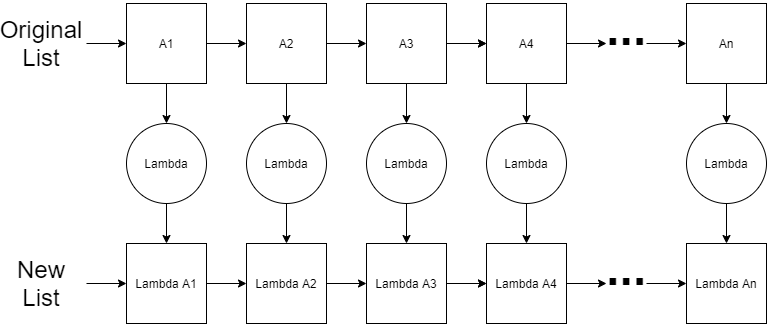
Earlier version of the draw.io export docs/images/map.drawio.png (macbeth-byui/cse382-course). Source tidied: cells renumbered, new cells last; positions are measured from the earlier drawing's top-left corner, leaving out a move shared by most shapes. Source of this version:
```xml
<mxGraphModel>
  <root>
    <mxCell id="0" />
    <mxCell id="1" parent="0" />
    <mxCell id="2" style="edgeStyle=orthogonalEdgeStyle;rounded=0;jettySize=auto;html=1;exitX=0;exitY=0.5;exitDx=0;exitDy=0;startArrow=classic;startFill=1;endArrow=none;endFill=0;" parent="1" edge="1" source="4">
      <mxGeometry relative="1" as="geometry">
        <mxPoint x="75" y="40" as="targetPoint" />
      </mxGeometry>
    </mxCell>
    <mxCell id="3" style="edgeStyle=orthogonalEdgeStyle;rounded=0;jettySize=auto;html=1;exitX=0.5;exitY=1;exitDx=0;exitDy=0;entryX=0.5;entryY=0;entryDx=0;entryDy=0;startArrow=none;startFill=0;endArrow=classic;endFill=1;" parent="1" edge="1" source="4" target="21">
      <mxGeometry relative="1" as="geometry" />
    </mxCell>
    <mxCell id="4" value="A1" style="whiteSpace=wrap;html=1;" parent="1" vertex="1">
      <mxGeometry x="115" width="80" height="80" as="geometry" />
    </mxCell>
    <mxCell id="5" style="edgeStyle=orthogonalEdgeStyle;rounded=0;jettySize=auto;html=1;exitX=0;exitY=0.5;exitDx=0;exitDy=0;entryX=1;entryY=0.5;entryDx=0;entryDy=0;startArrow=classic;startFill=1;endArrow=none;endFill=0;" parent="1" edge="1" source="7" target="4">
      <mxGeometry relative="1" as="geometry" />
    </mxCell>
    <mxCell id="6" style="edgeStyle=orthogonalEdgeStyle;rounded=0;jettySize=auto;html=1;startArrow=none;startFill=0;endArrow=classic;endFill=1;" parent="1" edge="1" source="7" target="23">
      <mxGeometry relative="1" as="geometry" />
    </mxCell>
    <mxCell id="7" value="A2" style="whiteSpace=wrap;html=1;" parent="1" vertex="1">
      <mxGeometry x="235" width="80" height="80" as="geometry" />
    </mxCell>
    <mxCell id="8" style="edgeStyle=orthogonalEdgeStyle;rounded=0;jettySize=auto;html=1;exitX=0;exitY=0.5;exitDx=0;exitDy=0;entryX=1;entryY=0.5;entryDx=0;entryDy=0;startArrow=classic;startFill=1;endArrow=none;endFill=0;" parent="1" edge="1" source="11" target="7">
      <mxGeometry relative="1" as="geometry" />
    </mxCell>
    <mxCell id="9" style="edgeStyle=orthogonalEdgeStyle;rounded=0;jettySize=auto;html=1;startArrow=none;startFill=0;endArrow=classic;endFill=1;" parent="1" edge="1" source="11" target="25">
      <mxGeometry relative="1" as="geometry" />
    </mxCell>
    <mxCell id="10" style="edgeStyle=orthogonalEdgeStyle;rounded=0;jettySize=auto;html=1;startArrow=none;startFill=0;endArrow=classic;endFill=1;" parent="1" edge="1" source="11" target="15">
      <mxGeometry relative="1" as="geometry" />
    </mxCell>
    <mxCell id="11" value="A3" style="whiteSpace=wrap;html=1;" parent="1" vertex="1">
      <mxGeometry x="355" width="80" height="80" as="geometry" />
    </mxCell>
    <mxCell id="12" style="edgeStyle=orthogonalEdgeStyle;rounded=0;jettySize=auto;html=1;exitX=0;exitY=0.5;exitDx=0;exitDy=0;startArrow=classic;startFill=1;endArrow=none;endFill=0;" parent="1" edge="1" source="15">
      <mxGeometry relative="1" as="geometry">
        <mxPoint x="445" y="40" as="targetPoint" />
      </mxGeometry>
    </mxCell>
    <mxCell id="13" style="edgeStyle=orthogonalEdgeStyle;rounded=0;jettySize=auto;html=1;exitX=1;exitY=0.5;exitDx=0;exitDy=0;startArrow=none;startFill=0;endArrow=classic;endFill=1;" parent="1" edge="1" source="15">
      <mxGeometry relative="1" as="geometry">
        <mxPoint x="595" y="40" as="targetPoint" />
      </mxGeometry>
    </mxCell>
    <mxCell id="14" style="edgeStyle=orthogonalEdgeStyle;rounded=0;jettySize=auto;html=1;startArrow=none;startFill=0;endArrow=classic;endFill=1;" parent="1" edge="1" source="15" target="27">
      <mxGeometry relative="1" as="geometry" />
    </mxCell>
    <mxCell id="15" value="A4" style="whiteSpace=wrap;html=1;" parent="1" vertex="1">
      <mxGeometry x="475" width="80" height="80" as="geometry" />
    </mxCell>
    <mxCell id="16" style="edgeStyle=orthogonalEdgeStyle;rounded=0;jettySize=auto;html=1;exitX=0;exitY=0.5;exitDx=0;exitDy=0;startArrow=classic;startFill=1;endArrow=none;endFill=0;" parent="1" edge="1" source="18">
      <mxGeometry relative="1" as="geometry">
        <mxPoint x="635" y="40" as="targetPoint" />
      </mxGeometry>
    </mxCell>
    <mxCell id="17" style="edgeStyle=orthogonalEdgeStyle;rounded=0;jettySize=auto;html=1;startArrow=none;startFill=0;endArrow=classic;endFill=1;" parent="1" edge="1" source="18" target="29">
      <mxGeometry relative="1" as="geometry" />
    </mxCell>
    <mxCell id="18" value="An" style="whiteSpace=wrap;html=1;" parent="1" vertex="1">
      <mxGeometry x="675" width="80" height="80" as="geometry" />
    </mxCell>
    <mxCell id="19" value="&lt;b&gt;&lt;font style=&quot;font-size: 48px&quot;&gt;...&lt;/font&gt;&lt;/b&gt;" style="text;html=1;strokeColor=none;fillColor=none;align=center;verticalAlign=middle;whiteSpace=wrap;rounded=0;" parent="1" vertex="1">
      <mxGeometry x="585" y="10" width="60" height="30" as="geometry" />
    </mxCell>
    <mxCell id="20" style="edgeStyle=orthogonalEdgeStyle;rounded=0;jettySize=auto;html=1;" parent="1" edge="1" source="21" target="32">
      <mxGeometry relative="1" as="geometry" />
    </mxCell>
    <mxCell id="21" value="Lambda" style="ellipse;whiteSpace=wrap;html=1;" parent="1" vertex="1">
      <mxGeometry x="115" y="120" width="80" height="80" as="geometry" />
    </mxCell>
    <mxCell id="22" style="edgeStyle=orthogonalEdgeStyle;rounded=0;jettySize=auto;html=1;" parent="1" edge="1" source="23" target="34">
      <mxGeometry relative="1" as="geometry" />
    </mxCell>
    <mxCell id="23" value="Lambda" style="ellipse;whiteSpace=wrap;html=1;" parent="1" vertex="1">
      <mxGeometry x="235" y="120" width="80" height="80" as="geometry" />
    </mxCell>
    <mxCell id="24" style="edgeStyle=orthogonalEdgeStyle;rounded=0;jettySize=auto;html=1;" parent="1" edge="1" source="25" target="37">
      <mxGeometry relative="1" as="geometry" />
    </mxCell>
    <mxCell id="25" value="Lambda" style="ellipse;whiteSpace=wrap;html=1;" parent="1" vertex="1">
      <mxGeometry x="355" y="120" width="80" height="80" as="geometry" />
    </mxCell>
    <mxCell id="26" style="edgeStyle=orthogonalEdgeStyle;rounded=0;jettySize=auto;html=1;" parent="1" edge="1" source="27" target="40">
      <mxGeometry relative="1" as="geometry" />
    </mxCell>
    <mxCell id="27" value="Lambda" style="ellipse;whiteSpace=wrap;html=1;" parent="1" vertex="1">
      <mxGeometry x="475" y="120" width="80" height="80" as="geometry" />
    </mxCell>
    <mxCell id="28" style="edgeStyle=orthogonalEdgeStyle;rounded=0;jettySize=auto;html=1;" parent="1" edge="1" source="29" target="42">
      <mxGeometry relative="1" as="geometry" />
    </mxCell>
    <mxCell id="29" value="Lambda" style="ellipse;whiteSpace=wrap;html=1;" parent="1" vertex="1">
      <mxGeometry x="675" y="120" width="80" height="80" as="geometry" />
    </mxCell>
    <mxCell id="30" value="&lt;font style=&quot;font-size: 24px&quot;&gt;Original&lt;br&gt;List&lt;br&gt;&lt;/font&gt;" style="text;html=1;strokeColor=none;fillColor=none;align=center;verticalAlign=middle;whiteSpace=wrap;rounded=0;" parent="1" vertex="1">
      <mxGeometry y="25" width="60" height="30" as="geometry" />
    </mxCell>
    <mxCell id="31" style="edgeStyle=orthogonalEdgeStyle;rounded=0;jettySize=auto;html=1;exitX=0;exitY=0.5;exitDx=0;exitDy=0;startArrow=classic;startFill=1;endArrow=none;endFill=0;" parent="1" edge="1" source="32">
      <mxGeometry relative="1" as="geometry">
        <mxPoint x="75" y="280" as="targetPoint" />
      </mxGeometry>
    </mxCell>
    <mxCell id="32" value="Lambda A1" style="whiteSpace=wrap;html=1;" parent="1" vertex="1">
      <mxGeometry x="115" y="240" width="80" height="80" as="geometry" />
    </mxCell>
    <mxCell id="33" style="edgeStyle=orthogonalEdgeStyle;rounded=0;jettySize=auto;html=1;exitX=0;exitY=0.5;exitDx=0;exitDy=0;entryX=1;entryY=0.5;entryDx=0;entryDy=0;startArrow=classic;startFill=1;endArrow=none;endFill=0;" parent="1" edge="1" source="34" target="32">
      <mxGeometry relative="1" as="geometry" />
    </mxCell>
    <mxCell id="34" value="&lt;span&gt;Lambda A2&lt;/span&gt;" style="whiteSpace=wrap;html=1;" parent="1" vertex="1">
      <mxGeometry x="235" y="240" width="80" height="80" as="geometry" />
    </mxCell>
    <mxCell id="35" style="edgeStyle=orthogonalEdgeStyle;rounded=0;jettySize=auto;html=1;exitX=0;exitY=0.5;exitDx=0;exitDy=0;entryX=1;entryY=0.5;entryDx=0;entryDy=0;startArrow=classic;startFill=1;endArrow=none;endFill=0;" parent="1" edge="1" source="37" target="34">
      <mxGeometry relative="1" as="geometry" />
    </mxCell>
    <mxCell id="36" style="edgeStyle=orthogonalEdgeStyle;rounded=0;jettySize=auto;html=1;startArrow=none;startFill=0;endArrow=classic;endFill=1;" parent="1" edge="1" source="37" target="40">
      <mxGeometry relative="1" as="geometry" />
    </mxCell>
    <mxCell id="37" value="&lt;span&gt;Lambda A3&lt;/span&gt;" style="whiteSpace=wrap;html=1;" parent="1" vertex="1">
      <mxGeometry x="355" y="240" width="80" height="80" as="geometry" />
    </mxCell>
    <mxCell id="38" style="edgeStyle=orthogonalEdgeStyle;rounded=0;jettySize=auto;html=1;exitX=0;exitY=0.5;exitDx=0;exitDy=0;startArrow=classic;startFill=1;endArrow=none;endFill=0;" parent="1" edge="1" source="40">
      <mxGeometry relative="1" as="geometry">
        <mxPoint x="445" y="280" as="targetPoint" />
      </mxGeometry>
    </mxCell>
    <mxCell id="39" style="edgeStyle=orthogonalEdgeStyle;rounded=0;jettySize=auto;html=1;exitX=1;exitY=0.5;exitDx=0;exitDy=0;startArrow=none;startFill=0;endArrow=classic;endFill=1;" parent="1" edge="1" source="40">
      <mxGeometry relative="1" as="geometry">
        <mxPoint x="595" y="280" as="targetPoint" />
      </mxGeometry>
    </mxCell>
    <mxCell id="40" value="&lt;span&gt;Lambda A4&lt;/span&gt;" style="whiteSpace=wrap;html=1;" parent="1" vertex="1">
      <mxGeometry x="475" y="240" width="80" height="80" as="geometry" />
    </mxCell>
    <mxCell id="41" style="edgeStyle=orthogonalEdgeStyle;rounded=0;jettySize=auto;html=1;exitX=0;exitY=0.5;exitDx=0;exitDy=0;startArrow=classic;startFill=1;endArrow=none;endFill=0;" parent="1" edge="1" source="42">
      <mxGeometry relative="1" as="geometry">
        <mxPoint x="635" y="280" as="targetPoint" />
      </mxGeometry>
    </mxCell>
    <mxCell id="42" value="&lt;span&gt;Lambda An&lt;/span&gt;" style="whiteSpace=wrap;html=1;" parent="1" vertex="1">
      <mxGeometry x="675" y="240" width="80" height="80" as="geometry" />
    </mxCell>
    <mxCell id="43" value="&lt;b&gt;&lt;font style=&quot;font-size: 48px&quot;&gt;...&lt;/font&gt;&lt;/b&gt;" style="text;html=1;strokeColor=none;fillColor=none;align=center;verticalAlign=middle;whiteSpace=wrap;rounded=0;" parent="1" vertex="1">
      <mxGeometry x="585" y="250" width="60" height="30" as="geometry" />
    </mxCell>
    <mxCell id="44" value="&lt;font style=&quot;font-size: 24px&quot;&gt;New&lt;br&gt;List&lt;br&gt;&lt;/font&gt;" style="text;html=1;strokeColor=none;fillColor=none;align=center;verticalAlign=middle;whiteSpace=wrap;rounded=0;" parent="1" vertex="1">
      <mxGeometry y="265" width="60" height="30" as="geometry" />
    </mxCell>
  </root>
</mxGraphModel>
```
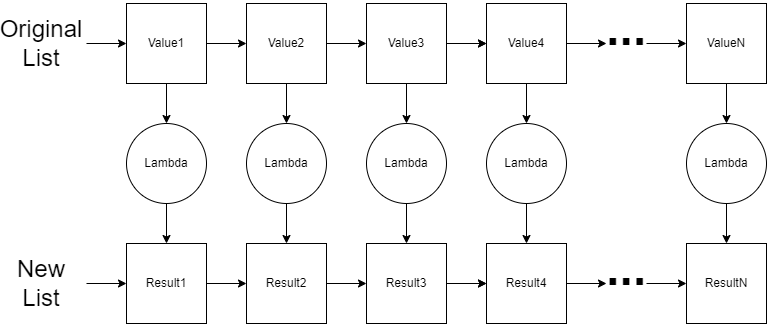
The same file after the commit.

Diff of the diagram source:
```diff
@@ -10,7 +10,7 @@
     <mxCell id="3" style="edgeStyle=orthogonalEdgeStyle;rounded=0;jettySize=auto;html=1;exitX=0.5;exitY=1;exitDx=0;exitDy=0;entryX=0.5;entryY=0;entryDx=0;entryDy=0;startArrow=none;startFill=0;endArrow=classic;endFill=1;" parent="1" edge="1" source="4" target="21">
       <mxGeometry relative="1" as="geometry" />
     </mxCell>
-    <mxCell id="4" value="A1" style="whiteSpace=wrap;html=1;" parent="1" vertex="1">
+    <mxCell id="4" value="Value1" style="whiteSpace=wrap;html=1;" parent="1" vertex="1">
       <mxGeometry x="115" width="80" height="80" as="geometry" />
     </mxCell>
     <mxCell id="5" style="edgeStyle=orthogonalEdgeStyle;rounded=0;jettySize=auto;html=1;exitX=0;exitY=0.5;exitDx=0;exitDy=0;entryX=1;entryY=0.5;entryDx=0;entryDy=0;startArrow=classic;startFill=1;endArrow=none;endFill=0;" parent="1" edge="1" source="7" target="4">
@@ -19,7 +19,7 @@
     <mxCell id="6" style="edgeStyle=orthogonalEdgeStyle;rounded=0;jettySize=auto;html=1;startArrow=none;startFill=0;endArrow=classic;endFill=1;" parent="1" edge="1" source="7" target="23">
       <mxGeometry relative="1" as="geometry" />
     </mxCell>
-    <mxCell id="7" value="A2" style="whiteSpace=wrap;html=1;" parent="1" vertex="1">
+    <mxCell id="7" value="Value2" style="whiteSpace=wrap;html=1;" parent="1" vertex="1">
       <mxGeometry x="235" width="80" height="80" as="geometry" />
     </mxCell>
     <mxCell id="8" style="edgeStyle=orthogonalEdgeStyle;rounded=0;jettySize=auto;html=1;exitX=0;exitY=0.5;exitDx=0;exitDy=0;entryX=1;entryY=0.5;entryDx=0;entryDy=0;startArrow=classic;startFill=1;endArrow=none;endFill=0;" parent="1" edge="1" source="11" target="7">
@@ -31,7 +31,7 @@
     <mxCell id="10" style="edgeStyle=orthogonalEdgeStyle;rounded=0;jettySize=auto;html=1;startArrow=none;startFill=0;endArrow=classic;endFill=1;" parent="1" edge="1" source="11" target="15">
       <mxGeometry relative="1" as="geometry" />
     </mxCell>
-    <mxCell id="11" value="A3" style="whiteSpace=wrap;html=1;" parent="1" vertex="1">
+    <mxCell id="11" value="Value3" style="whiteSpace=wrap;html=1;" parent="1" vertex="1">
       <mxGeometry x="355" width="80" height="80" as="geometry" />
     </mxCell>
     <mxCell id="12" style="edgeStyle=orthogonalEdgeStyle;rounded=0;jettySize=auto;html=1;exitX=0;exitY=0.5;exitDx=0;exitDy=0;startArrow=classic;startFill=1;endArrow=none;endFill=0;" parent="1" edge="1" source="15">
@@ -47,7 +47,7 @@
     <mxCell id="14" style="edgeStyle=orthogonalEdgeStyle;rounded=0;jettySize=auto;html=1;startArrow=none;startFill=0;endArrow=classic;endFill=1;" parent="1" edge="1" source="15" target="27">
       <mxGeometry relative="1" as="geometry" />
     </mxCell>
-    <mxCell id="15" value="A4" style="whiteSpace=wrap;html=1;" parent="1" vertex="1">
+    <mxCell id="15" value="Value4" style="whiteSpace=wrap;html=1;" parent="1" vertex="1">
       <mxGeometry x="475" width="80" height="80" as="geometry" />
     </mxCell>
     <mxCell id="16" style="edgeStyle=orthogonalEdgeStyle;rounded=0;jettySize=auto;html=1;exitX=0;exitY=0.5;exitDx=0;exitDy=0;startArrow=classic;startFill=1;endArrow=none;endFill=0;" parent="1" edge="1" source="18">
@@ -58,7 +58,7 @@
     <mxCell id="17" style="edgeStyle=orthogonalEdgeStyle;rounded=0;jettySize=auto;html=1;startArrow=none;startFill=0;endArrow=classic;endFill=1;" parent="1" edge="1" source="18" target="29">
       <mxGeometry relative="1" as="geometry" />
     </mxCell>
-    <mxCell id="18" value="An" style="whiteSpace=wrap;html=1;" parent="1" vertex="1">
+    <mxCell id="18" value="ValueN" style="whiteSpace=wrap;html=1;" parent="1" vertex="1">
       <mxGeometry x="675" width="80" height="80" as="geometry" />
     </mxCell>
     <mxCell id="19" value="&lt;b&gt;&lt;font style=&quot;font-size: 48px&quot;&gt;...&lt;/font&gt;&lt;/b&gt;" style="text;html=1;strokeColor=none;fillColor=none;align=center;verticalAlign=middle;whiteSpace=wrap;rounded=0;" parent="1" vertex="1">
@@ -102,13 +102,13 @@
         <mxPoint x="75" y="280" as="targetPoint" />
       </mxGeometry>
     </mxCell>
-    <mxCell id="32" value="Lambda A1" style="whiteSpace=wrap;html=1;" parent="1" vertex="1">
+    <mxCell id="32" value="Result1" style="whiteSpace=wrap;html=1;" parent="1" vertex="1">
       <mxGeometry x="115" y="240" width="80" height="80" as="geometry" />
     </mxCell>
     <mxCell id="33" style="edgeStyle=orthogonalEdgeStyle;rounded=0;jettySize=auto;html=1;exitX=0;exitY=0.5;exitDx=0;exitDy=0;entryX=1;entryY=0.5;entryDx=0;entryDy=0;startArrow=classic;startFill=1;endArrow=none;endFill=0;" parent="1" edge="1" source="34" target="32">
       <mxGeometry relative="1" as="geometry" />
     </mxCell>
-    <mxCell id="34" value="&lt;span&gt;Lambda A2&lt;/span&gt;" style="whiteSpace=wrap;html=1;" parent="1" vertex="1">
+    <mxCell id="34" value="&lt;span&gt;Result2&lt;/span&gt;" style="whiteSpace=wrap;html=1;" parent="1" vertex="1">
       <mxGeometry x="235" y="240" width="80" height="80" as="geometry" />
     </mxCell>
     <mxCell id="35" style="edgeStyle=orthogonalEdgeStyle;rounded=0;jettySize=auto;html=1;exitX=0;exitY=0.5;exitDx=0;exitDy=0;entryX=1;entryY=0.5;entryDx=0;entryDy=0;startArrow=classic;startFill=1;endArrow=none;endFill=0;" parent="1" edge="1" source="37" target="34">
@@ -117,7 +117,7 @@
     <mxCell id="36" style="edgeStyle=orthogonalEdgeStyle;rounded=0;jettySize=auto;html=1;startArrow=none;startFill=0;endArrow=classic;endFill=1;" parent="1" edge="1" source="37" target="40">
       <mxGeometry relative="1" as="geometry" />
     </mxCell>
-    <mxCell id="37" value="&lt;span&gt;Lambda A3&lt;/span&gt;" style="whiteSpace=wrap;html=1;" parent="1" vertex="1">
+    <mxCell id="37" value="&lt;span&gt;Result3&lt;/span&gt;" style="whiteSpace=wrap;html=1;" parent="1" vertex="1">
       <mxGeometry x="355" y="240" width="80" height="80" as="geometry" />
     </mxCell>
     <mxCell id="38" style="edgeStyle=orthogonalEdgeStyle;rounded=0;jettySize=auto;html=1;exitX=0;exitY=0.5;exitDx=0;exitDy=0;startArrow=classic;startFill=1;endArrow=none;endFill=0;" parent="1" edge="1" source="40">
@@ -130,7 +130,7 @@
         <mxPoint x="595" y="280" as="targetPoint" />
       </mxGeometry>
     </mxCell>
-    <mxCell id="40" value="&lt;span&gt;Lambda A4&lt;/span&gt;" style="whiteSpace=wrap;html=1;" parent="1" vertex="1">
+    <mxCell id="40" value="&lt;span&gt;Result4&lt;/span&gt;" style="whiteSpace=wrap;html=1;" parent="1" vertex="1">
       <mxGeometry x="475" y="240" width="80" height="80" as="geometry" />
     </mxCell>
     <mxCell id="41" style="edgeStyle=orthogonalEdgeStyle;rounded=0;jettySize=auto;html=1;exitX=0;exitY=0.5;exitDx=0;exitDy=0;startArrow=classic;startFill=1;endArrow=none;endFill=0;" parent="1" edge="1" source="42">
@@ -138,7 +138,7 @@
         <mxPoint x="635" y="280" as="targetPoint" />
       </mxGeometry>
     </mxCell>
-    <mxCell id="42" value="&lt;span&gt;Lambda An&lt;/span&gt;" style="whiteSpace=wrap;html=1;" parent="1" vertex="1">
+    <mxCell id="42" value="&lt;span&gt;ResultN&lt;/span&gt;" style="whiteSpace=wrap;html=1;" parent="1" vertex="1">
       <mxGeometry x="675" y="240" width="80" height="80" as="geometry" />
     </mxCell>
     <mxCell id="43" value="&lt;b&gt;&lt;font style=&quot;font-size: 48px&quot;&gt;...&lt;/font&gt;&lt;/b&gt;" style="text;html=1;strokeColor=none;fillColor=none;align=center;verticalAlign=middle;whiteSpace=wrap;rounded=0;" parent="1" vertex="1">
```
